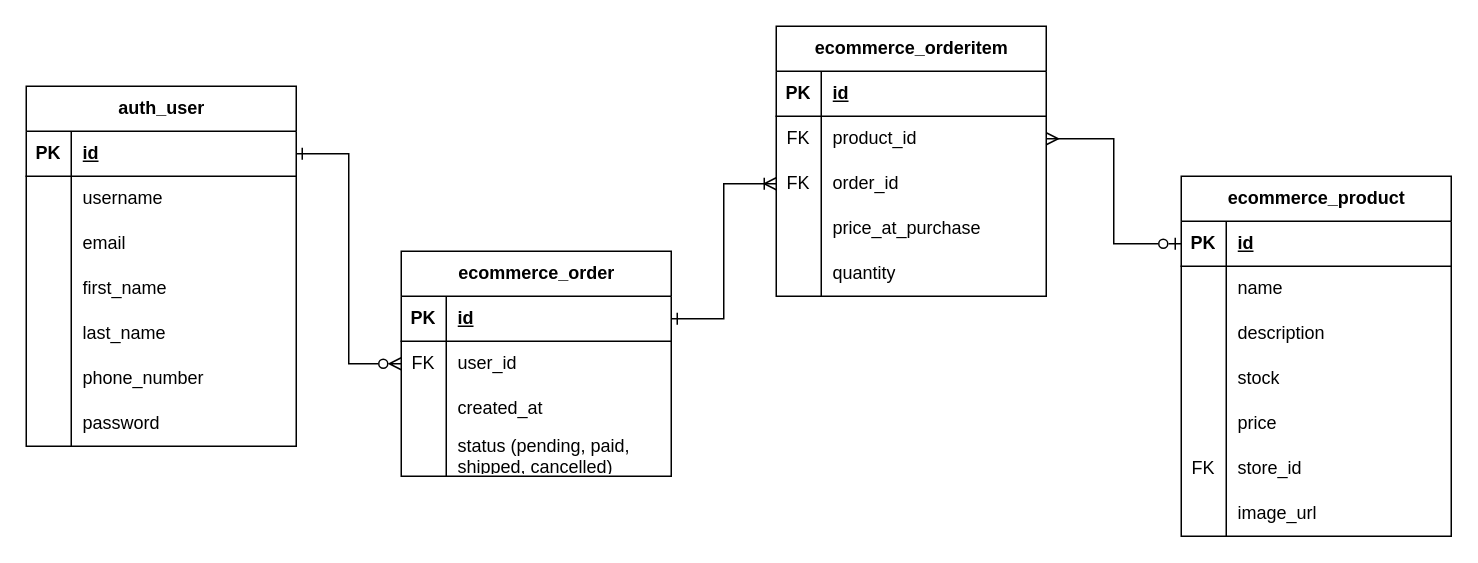
Earlier version of the draw.io diagram page "Order a product" (3 of 3) of E-Commerce API ERD.drawio (RHILIUS/drawio). Source tidied: cells renumbered, new cells numbered last; positions are measured from the earlier drawing's top-left corner, leaving out a move shared by most shapes. Both pictures are drawn from the tidied source at 150%, with x=0, y=0 at pixel (26, 26).
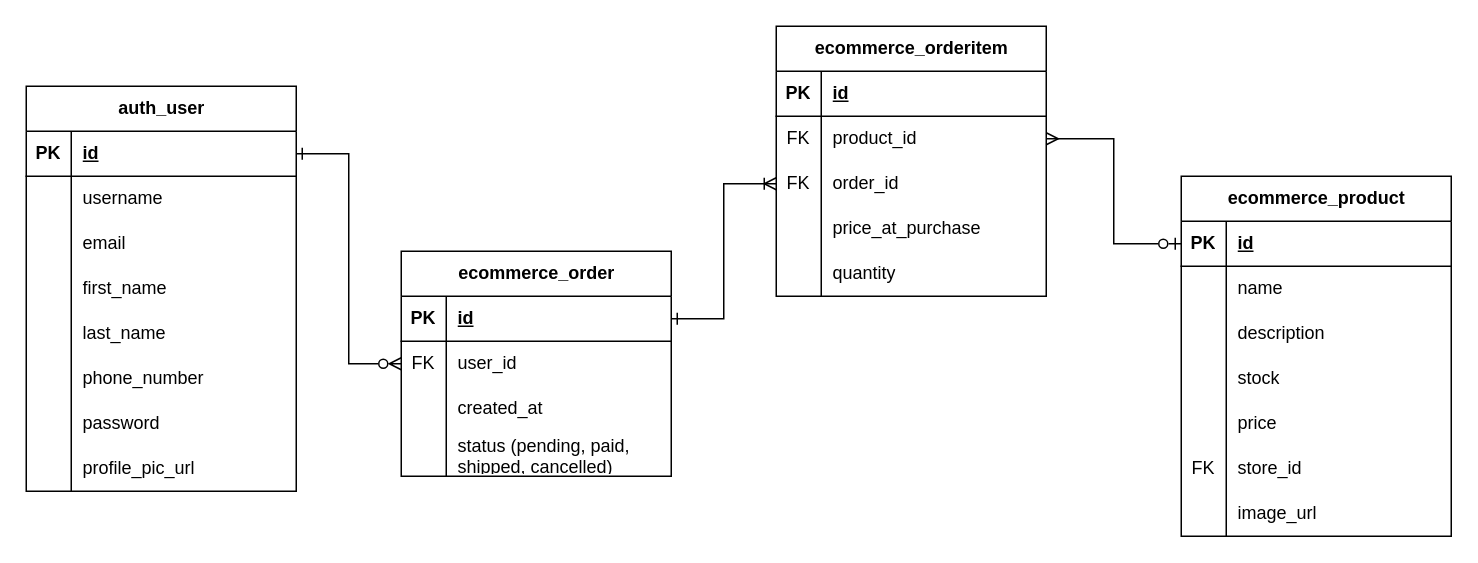
After the change.

Diff of the diagram source:
```diff
@@
     <mxCell id="2" value="auth_user" style="shape=table;startSize=30;childLayout=tableLayout;rowLines=0;fontStyle=1;align=center;html=1;" parent="1" vertex="1">
-      <mxGeometry y="40" width="180" height="240" as="geometry" />
+      <mxGeometry y="40" width="180" height="270" as="geometry" />
     </mxCell>
@@
+    <mxCell id="78" style="shape=tableRow;horizontal=0;startSize=0;swimlaneHead=0;swimlaneBody=0;fillColor=none;top=0;left=0;right=0;bottom=0;" parent="2" vertex="1">
+      <mxGeometry y="240" width="180" height="30" as="geometry" />
+    </mxCell>
+    <mxCell id="79" style="shape=partialRectangle;fillColor=none;top=0;left=0;bottom=0;right=0;overflow=hidden;whiteSpace=wrap;html=1;" parent="78" vertex="1">
+      <mxGeometry width="30" height="30" as="geometry" />
+    </mxCell>
+    <mxCell id="80" value="profile_pic_url" style="shape=partialRectangle;fillColor=none;top=0;left=0;bottom=0;right=0;align=left;spacingLeft=6;overflow=hidden;whiteSpace=wrap;html=1;" parent="78" vertex="1">
+      <mxGeometry x="30" width="150" height="30" as="geometry" />
+    </mxCell>
```
